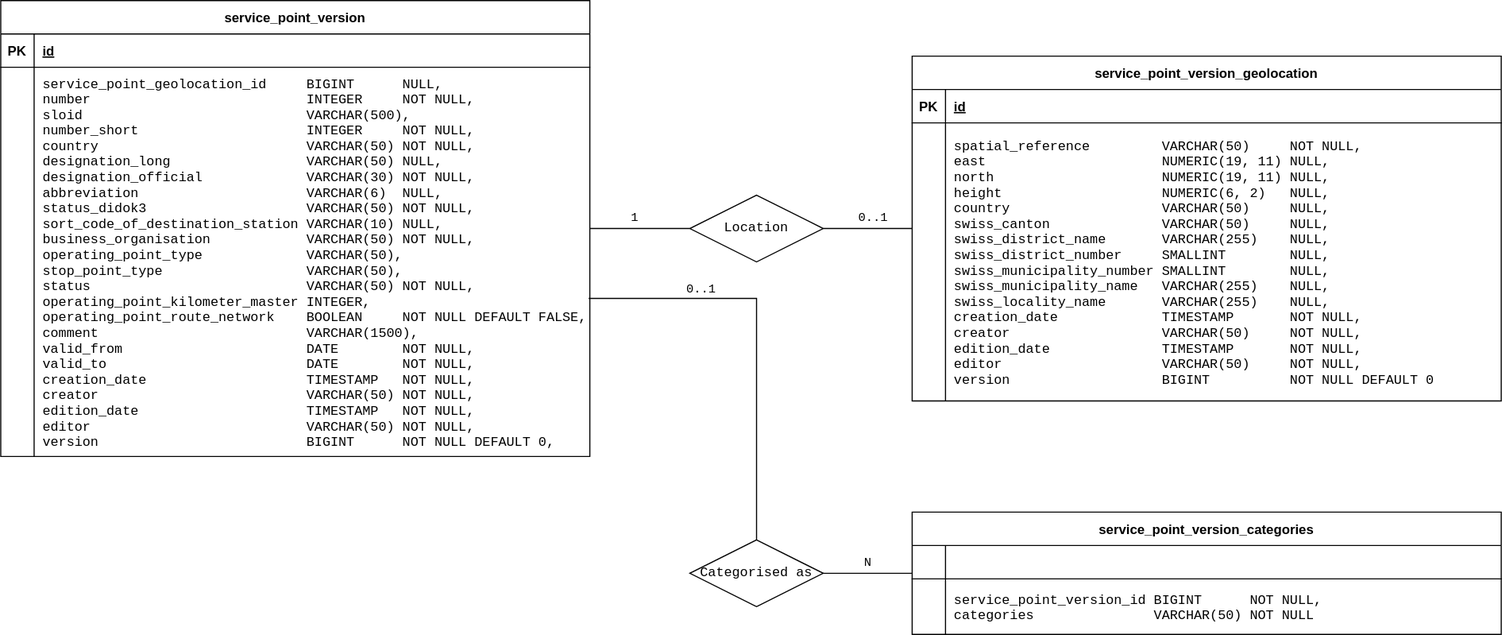
The draw.io diagram service-point-directory/src/docs/db-service-point.svg in iuccio/atlas, before a commit. Source tidied: cells renumbered, new cells last; positions are measured from the earlier drawing's top-left corner, leaving out a move shared by most shapes.
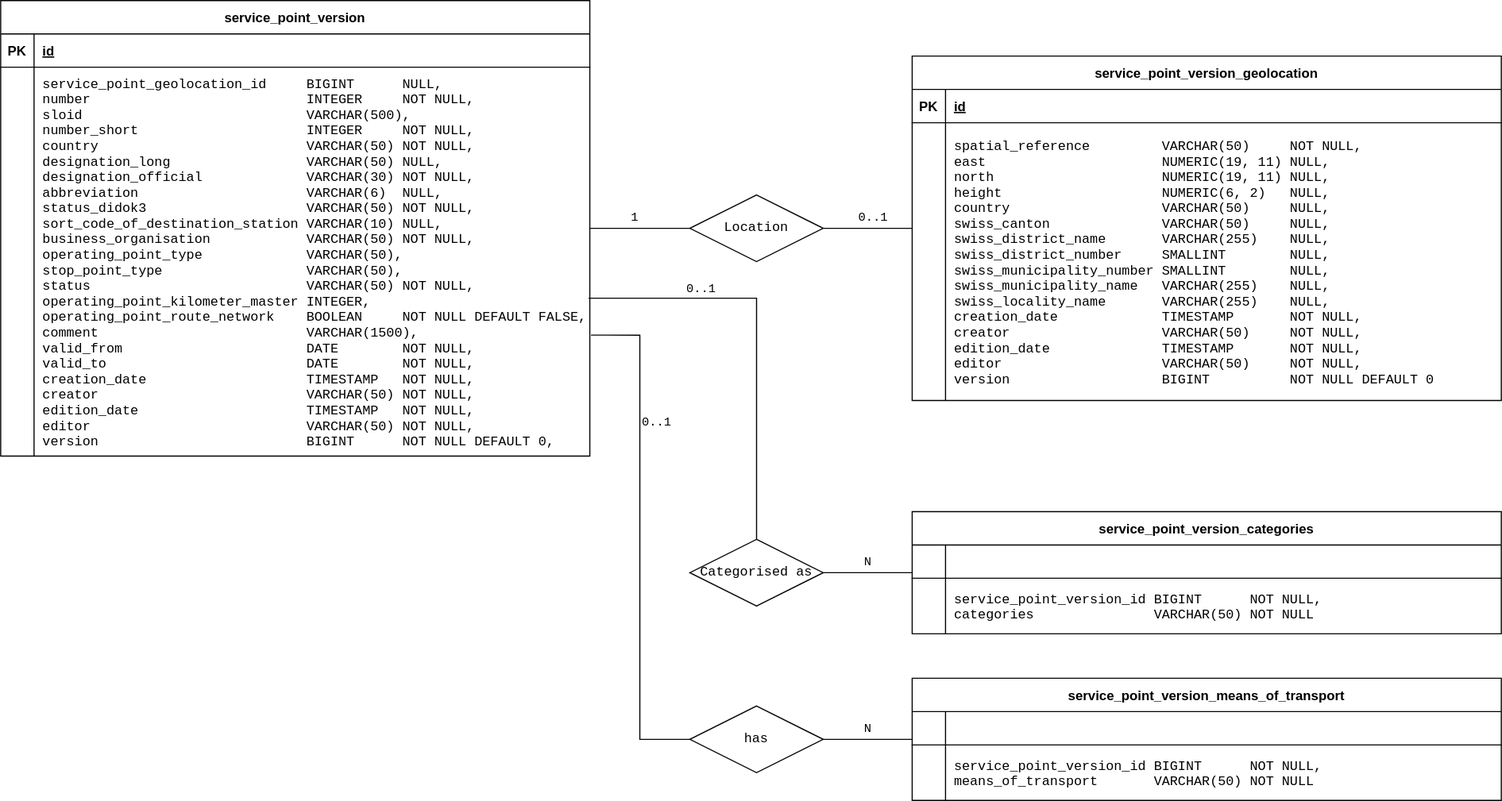
The same file after the commit.

The edit, as a diff of the source:
```diff
@@ -86,5 +86,35 @@
     <mxCell id="29" value="Categorised as" style="shape=rhombus;perimeter=rhombusPerimeter;whiteSpace=wrap;html=1;align=center;fontFamily=Courier New;" parent="1" vertex="1">
       <mxGeometry x="620" y="485" width="120" height="60" as="geometry" />
     </mxCell>
+    <mxCell id="30" value="service_point_version_means_of_transport" style="shape=table;startSize=30;rowLines=0;fontStyle=1;align=center;" parent="1" vertex="1">
+      <mxGeometry x="820" y="610" width="530" height="110" as="geometry" />
+    </mxCell>
+    <mxCell id="31" style="shape=partialRectangle;fillColor=none;top=0;left=0;right=0;bottom=1;" parent="30" vertex="1">
+      <mxGeometry y="30" width="530" height="30" as="geometry" />
+    </mxCell>
+    <mxCell id="32" style="shape=partialRectangle;overflow=hidden;fillColor=none;top=0;left=0;bottom=0;right=0;fontStyle=1;" parent="31" vertex="1">
+      <mxGeometry width="30" height="30" as="geometry" />
+    </mxCell>
+    <mxCell id="33" style="shape=partialRectangle;overflow=hidden;fillColor=none;top=0;left=0;bottom=0;right=0;align=left;spacingLeft=6;fontStyle=5;" parent="31" vertex="1">
+      <mxGeometry x="30" width="500" height="30" as="geometry" />
+    </mxCell>
+    <mxCell id="34" style="shape=partialRectangle;fillColor=none;top=0;left=0;right=0;bottom=0;" parent="30" vertex="1">
+      <mxGeometry y="60" width="530" height="50" as="geometry" />
+    </mxCell>
+    <mxCell id="35" style="shape=partialRectangle;overflow=hidden;fillColor=none;top=0;left=0;bottom=0;right=0;" parent="34" vertex="1">
+      <mxGeometry width="30" height="50" as="geometry" />
+    </mxCell>
+    <mxCell id="36" value="service_point_version_id BIGINT      NOT NULL,&#10;means_of_transport       VARCHAR(50) NOT NULL" style="shape=partialRectangle;overflow=hidden;fillColor=none;top=0;left=0;bottom=0;right=0;align=left;spacingLeft=6;fontFamily=Courier New;" parent="34" vertex="1">
+      <mxGeometry x="30" width="500" height="50" as="geometry" />
+    </mxCell>
+    <mxCell id="37" value="has" style="shape=rhombus;perimeter=rhombusPerimeter;whiteSpace=wrap;html=1;align=center;fontFamily=Courier New;" parent="1" vertex="1">
+      <mxGeometry x="620" y="635" width="120" height="60" as="geometry" />
+    </mxCell>
+    <mxCell id="38" value="N" style="edgeStyle=orthogonalEdgeStyle;rounded=0;jumpSize=12;jettySize=auto;html=1;strokeWidth=1;fontFamily=Courier New;startArrow=none;startFill=0;endArrow=none;endFill=0;labelPosition=center;verticalLabelPosition=top;align=center;verticalAlign=bottom;exitX=1;exitY=0.5;exitDx=0;exitDy=0;" parent="1" edge="1" source="37" target="30">
+      <mxGeometry relative="1" as="geometry" />
+    </mxCell>
+    <mxCell id="39" value="0..1" style="edgeStyle=orthogonalEdgeStyle;rounded=0;jumpSize=12;jettySize=auto;html=1;strokeWidth=1;fontFamily=Courier New;startArrow=none;startFill=0;endArrow=none;endFill=0;exitX=0;exitY=0.5;exitDx=0;exitDy=0;entryX=1.002;entryY=0.689;entryDx=0;entryDy=0;entryPerimeter=0;" parent="1" edge="1" source="37" target="6">
+      <mxGeometry x="0.46" y="-15" relative="1" as="geometry" />
+    </mxCell>
   </root>
 </mxGraphModel>
```
